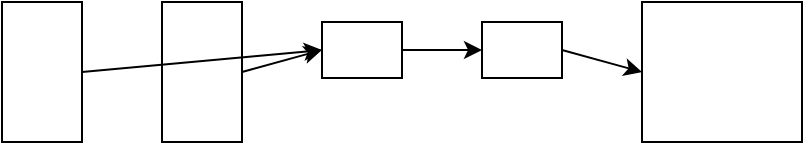
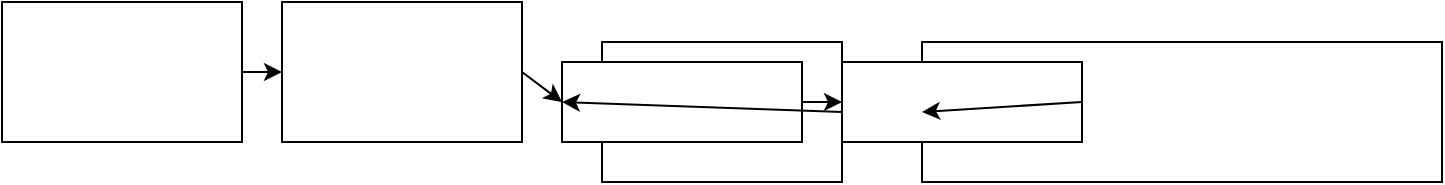
<mxfile>
  <diagram>
    <mxGraphModel>
      <root>
        <mxCell id="0"/>
        <mxCell id="1" parent="0"/>
+         <object gap="4" name="src_a" placeholders="1" id="8">
+           <mxCell style="drawclockType=source;points=[[1.0000,0.5000,0,0,0]];" vertex="1" parent="1">
+             <mxGeometry x="0" y="20" width="120" height="70" as="geometry"/>
+           </mxCell>
+         </object>
        <object gap="4" name="a" placeholders="1" id="10">
-           <mxCell style="drawclockType=pll;points=[[1.0000,0.5000,0,0,0]];" vertex="1" parent="1">
-             <mxGeometry x="40" y="40" width="40" height="70" as="geometry"/>
+           <mxCell style="drawclockType=pll;points=[[0.3500,0.3333,0,0,0],[0.6500,0.3333,0,0,0]];" vertex="1" parent="1">
+             <mxGeometry x="140" y="20" width="120" height="70" as="geometry"/>
          </mxCell>
        </object>
        <object gap="4" name="b" placeholders="1" id="11">
          <mxCell style="drawclockType=gate;points=[[0.0000,0.5000,0,0,0],[1.0000,0.5000,0,0,0]];" vertex="1" parent="1">
-             <mxGeometry x="120" y="40" width="40" height="70" as="geometry"/>
+             <mxGeometry x="300" y="40" width="120" height="70" as="geometry"/>
          </mxCell>
        </object>
        <object freq="1" freq_gap="30" gap="4" name="c" placeholders="1" id="12">
          <mxCell style="drawclockType=clock;points=[[0.0000,0.5000,0,0,0]];" vertex="1" parent="1">
-             <mxGeometry x="360" y="40" width="80" height="70" as="geometry"/>
+             <mxGeometry x="460" y="40" width="260" height="70" as="geometry"/>
          </mxCell>
        </object>
        <object gap="4" name="hub" placeholders="1" id="13">
          <mxCell style="drawclockType=wire;points=[[0.0000,0.5000,0,0,0],[1.0000,0.5000,0,0,0]];" vertex="1" parent="1">
-             <mxGeometry x="200" y="50" width="40" height="28" as="geometry"/>
+             <mxGeometry x="280" y="50" width="120" height="40" as="geometry"/>
          </mxCell>
        </object>
        <object gap="4" name="hub" placeholders="1" id="14">
          <mxCell style="drawclockType=wire;points=[[0.0000,0.5000,0,0,0],[1.0000,0.5000,0,0,0]];" vertex="1" parent="1">
-             <mxGeometry x="280" y="50" width="40" height="28" as="geometry"/>
+             <mxGeometry x="420" y="50" width="120" height="40" as="geometry"/>
          </mxCell>
        </object>
+         <mxCell id="18" style="exitX=1;exitY=0.5;entryX=0;entryY=0.5;" edge="1" parent="1" source="8" target="10">
+           <mxGeometry relative="1" as="geometry"/>
+         </mxCell>
        <mxCell id="20" style="exitX=1;exitY=0.5;entryX=0;entryY=0.5;" edge="1" parent="1" source="10" target="13">
          <mxGeometry relative="1" as="geometry"/>
        </mxCell>
        <mxCell id="21" style="exitX=1;exitY=0.5;entryX=0;entryY=0.5;" edge="1" parent="1" source="11" target="13">
          <mxGeometry relative="1" as="geometry"/>
        </mxCell>
        <mxCell id="22" style="exitX=1;exitY=0.5;entryX=0;entryY=0.5;" edge="1" parent="1" source="14" target="12">
          <mxGeometry relative="1" as="geometry"/>
        </mxCell>
        <mxCell id="23" style="exitX=1;exitY=0.5;entryX=0;entryY=0.5;" edge="1" parent="1" source="13" target="14">
          <mxGeometry relative="1" as="geometry"/>
        </mxCell>
      </root>
    </mxGraphModel>
  </diagram>
</mxfile>
